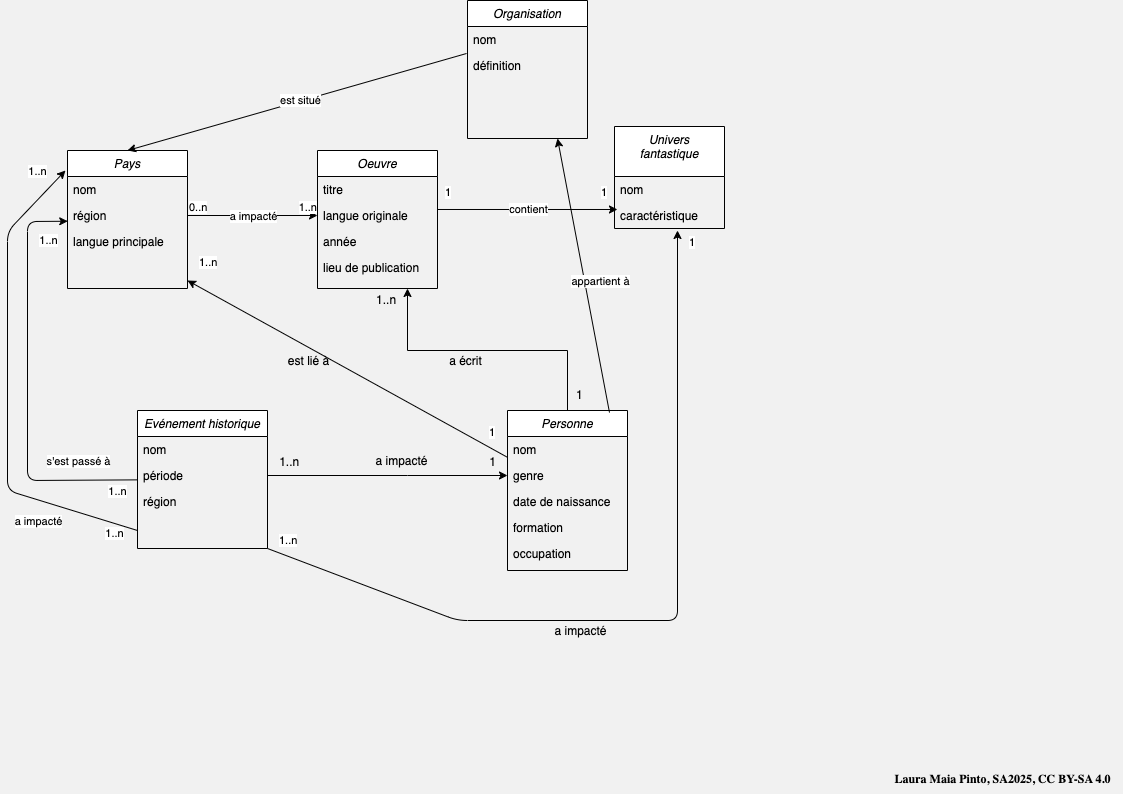
Earlier version of the draw.io export MCD_to_database_example.png (lauramaiapinto/ecrivains_fantastiques). Source tidied: cells renumbered, new cells last; positions are measured from the earlier drawing's top-left corner, leaving out a move shared by most shapes.
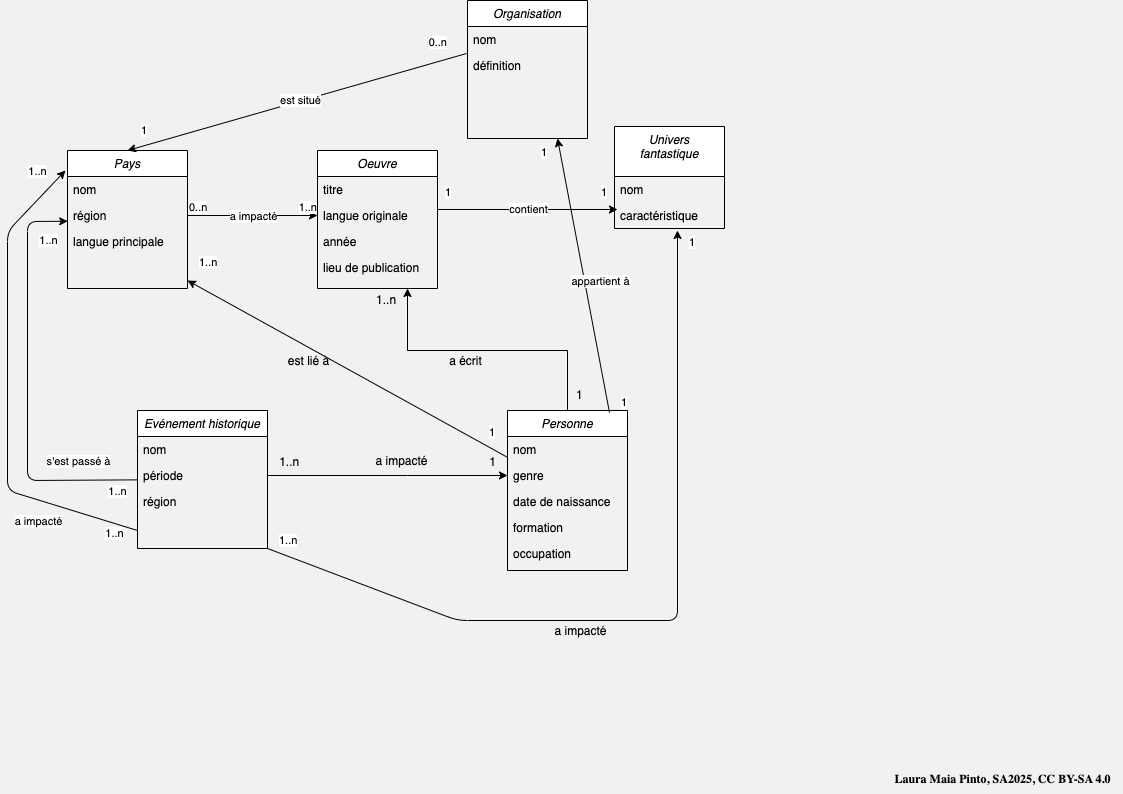
Above is the later version.

Commit message:
modèle conceptuel

Change to the diagram source:
```diff
@@ -256,5 +256,17 @@
         <mxPoint x="22" y="30" as="offset" />
       </mxGeometry>
     </mxCell>
+    <mxCell id="65" value="1" style="edgeLabel;html=1;align=right;verticalAlign=bottom;" parent="1" vertex="1">
+      <mxGeometry x="140" y="138" as="geometry" />
+    </mxCell>
+    <mxCell id="66" value="1" style="edgeLabel;html=1;align=right;verticalAlign=bottom;" parent="1" vertex="1">
+      <mxGeometry x="540" y="160" as="geometry" />
+    </mxCell>
+    <mxCell id="67" value="1" style="edgeLabel;html=1;align=right;verticalAlign=bottom;" parent="1" vertex="1">
+      <mxGeometry x="620" y="410" as="geometry" />
+    </mxCell>
+    <mxCell id="68" value="0..n" style="edgeLabel;html=1;align=right;verticalAlign=bottom;" parent="1" vertex="1">
+      <mxGeometry x="440" y="50" as="geometry" />
+    </mxCell>
   </root>
 </mxGraphModel>
```
